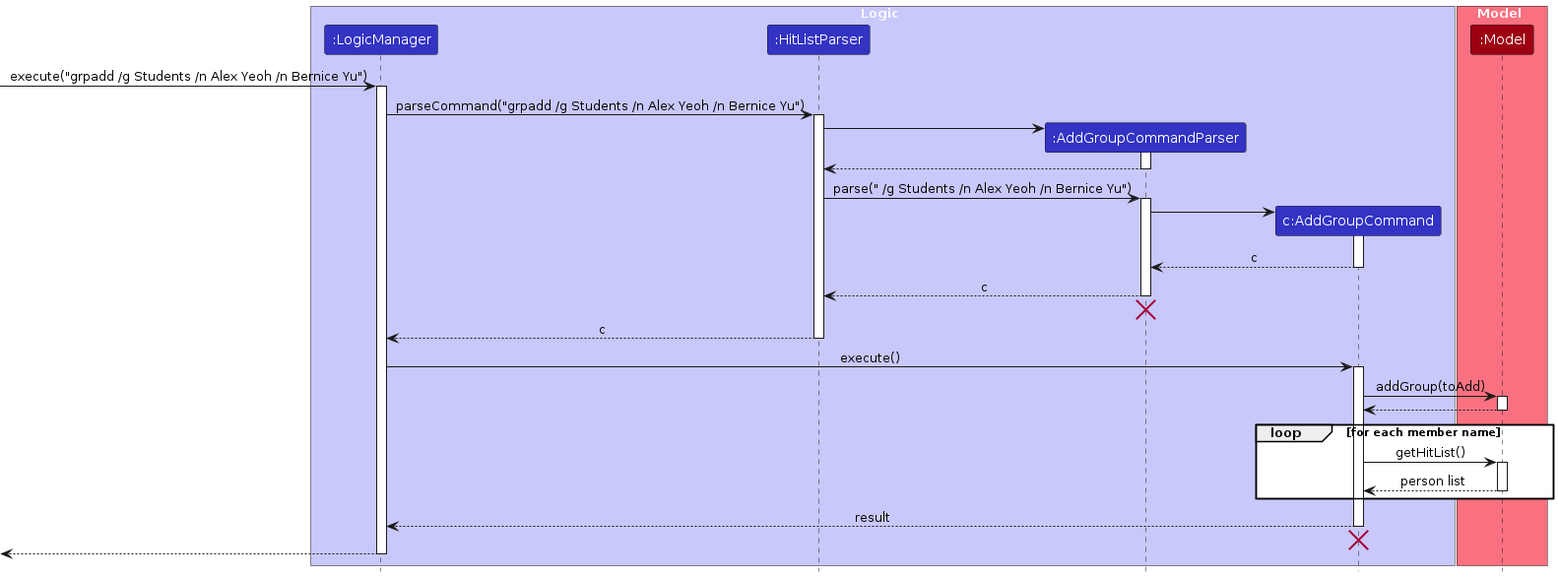
Egg-Fish/tp keeps this PlantUML diagram as diagrams/add-group/GroupAddSequenceDiagram-Logic.png. Above is the earlier version. Its source is kept beside it as diagrams/add-group/GroupAddSequenceDiagram-Logic.puml.
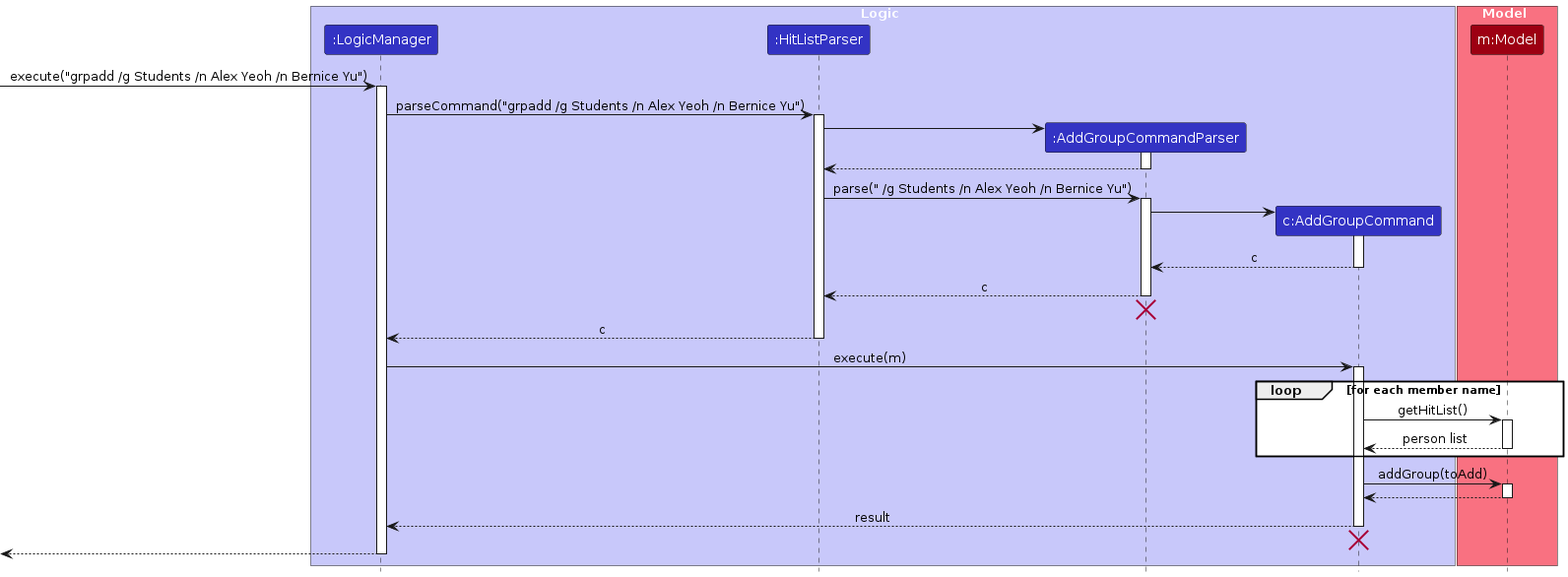
The same diagram one commit later.

The edit, as a diff of the source:
```diff
@@ -1,5 +1,6 @@
 @startuml
 !include ../style.puml
+
 skinparam ArrowFontStyle plain
 
 box Logic LOGIC_COLOR_T1
@@ -10,17 +11,19 @@
 end box
 
 box Model MODEL_COLOR_T1
-participant ":Model" as Model MODEL_COLOR
+participant "m:Model" as Model MODEL_COLOR
 end box
 
 [-> LogicManager : execute("grpadd /g Students /n Alex Yeoh /n Bernice Yu")
 activate LogicManager
+
 LogicManager -> HitListParser : parseCommand("grpadd /g Students /n Alex Yeoh /n Bernice Yu")
 activate HitListParser
 
 create AddGroupCommandParser
 HitListParser -> AddGroupCommandParser
 activate AddGroupCommandParser
+
 AddGroupCommandParser --> HitListParser
 deactivate AddGroupCommandParser
 
@@ -30,23 +33,21 @@
 create AddGroupCommand
 AddGroupCommandParser -> AddGroupCommand
 activate AddGroupCommand
+
 AddGroupCommand --> AddGroupCommandParser : c
 deactivate AddGroupCommand
 
 AddGroupCommandParser --> HitListParser : c
 deactivate AddGroupCommandParser
+
 AddGroupCommandParser -[hidden]-> HitListParser
 destroy AddGroupCommandParser
 
 HitListParser --> LogicManager : c
 deactivate HitListParser
 
-LogicManager -> AddGroupCommand : execute()
+LogicManager -> AddGroupCommand : execute(m)
 activate AddGroupCommand
-AddGroupCommand -> Model : addGroup(toAdd)
-activate Model
-Model --> AddGroupCommand
-deactivate Model
 
 loop for each member name
   AddGroupCommand -> Model : getHitList()
@@ -55,11 +56,18 @@
   deactivate Model
 end
 
+AddGroupCommand -> Model : addGroup(toAdd)
+activate Model
+Model --> AddGroupCommand
+deactivate Model
+
 AddGroupCommand --> LogicManager : result
 deactivate AddGroupCommand
+
 AddGroupCommand -[hidden]-> LogicManager
 destroy AddGroupCommand
 
 [<--LogicManager
 deactivate LogicManager
+
 @enduml
```
